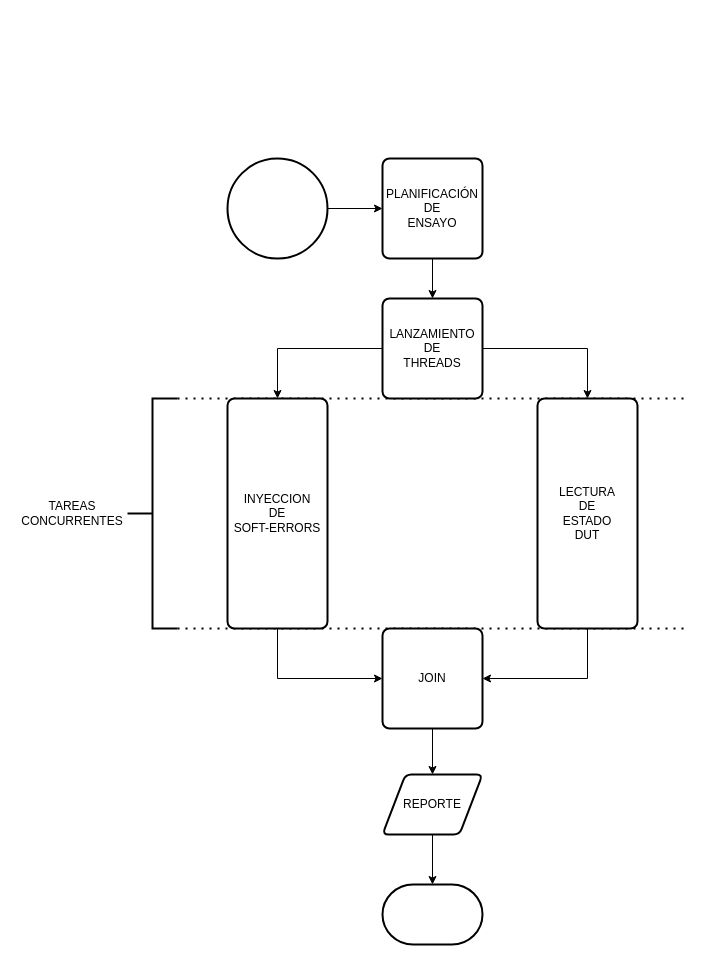
Before: Figures/concurrencia.drawio in vacagonzalo/MIoT-Memoria, a draw.io diagram. Source tidied: cells renumbered, new cells numbered last; positions are measured from the earlier drawing's top-left corner, leaving out a move shared by most shapes. Both pictures are drawn from the tidied source at 100%, with x=0, y=0 at pixel (17, 158).
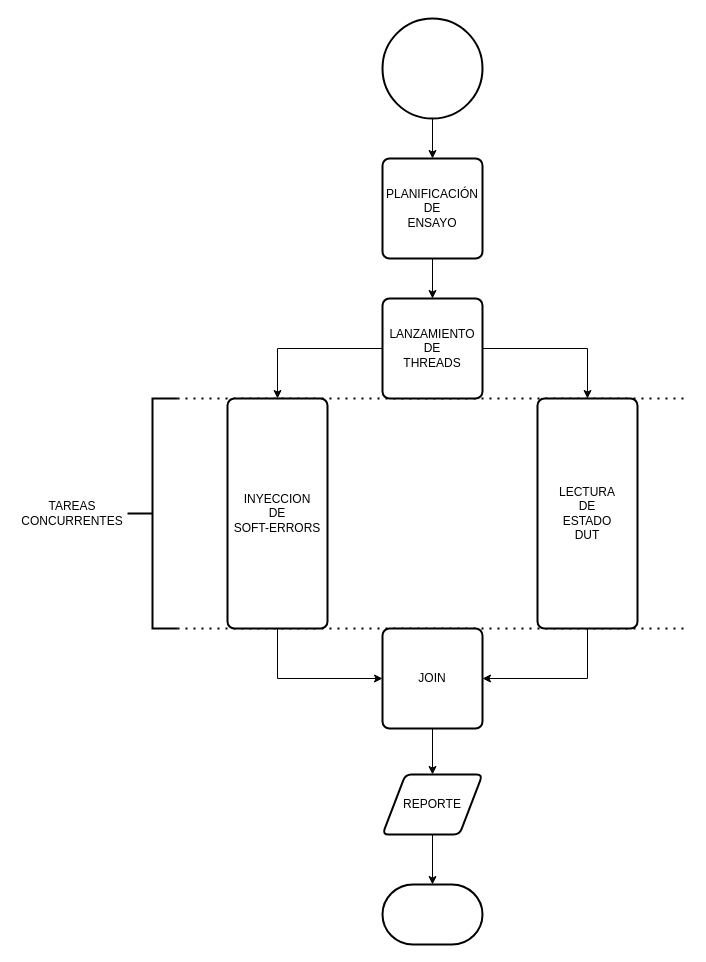
The same diagram, later.

The change refers to these unchanged cells:
```xml
<mxCell id="12" value="&lt;div&gt;PLANIFICACIÓN&lt;/div&gt;&lt;div&gt;DE&lt;/div&gt;&lt;div&gt;ENSAYO&lt;br&gt;&lt;/div&gt;" style="rounded=1;whiteSpace=wrap;html=1;absoluteArcSize=1;arcSize=14;strokeWidth=2;" parent="1" vertex="1">
  <mxGeometry x="365" width="100" height="100" as="geometry" />
</mxCell>
```

Diff of the diagram source:
```diff
@@
-    <mxCell id="4" style="edgeStyle=orthogonalEdgeStyle;rounded=0;jettySize=auto;html=1;exitX=1;exitY=0.5;exitDx=0;exitDy=0;exitPerimeter=0;" parent="1" edge="1" source="5" target="12">
+    <mxCell id="4" style="edgeStyle=orthogonalEdgeStyle;rounded=0;jettySize=auto;html=1;exitX=0.5;exitY=1;exitDx=0;exitDy=0;exitPerimeter=0;entryX=0.5;entryY=0;entryDx=0;entryDy=0;" parent="1" edge="1" source="5" target="12">
       <mxGeometry relative="1" as="geometry" />
     </mxCell>
     <mxCell id="5" style="strokeWidth=2;html=1;shape=mxgraph.flowchart.start_2;whiteSpace=wrap;" parent="1" vertex="1">
-      <mxGeometry x="210" width="100" height="100" as="geometry" />
+      <mxGeometry x="365" y="-140" width="100" height="100" as="geometry" />
     </mxCell>
```
